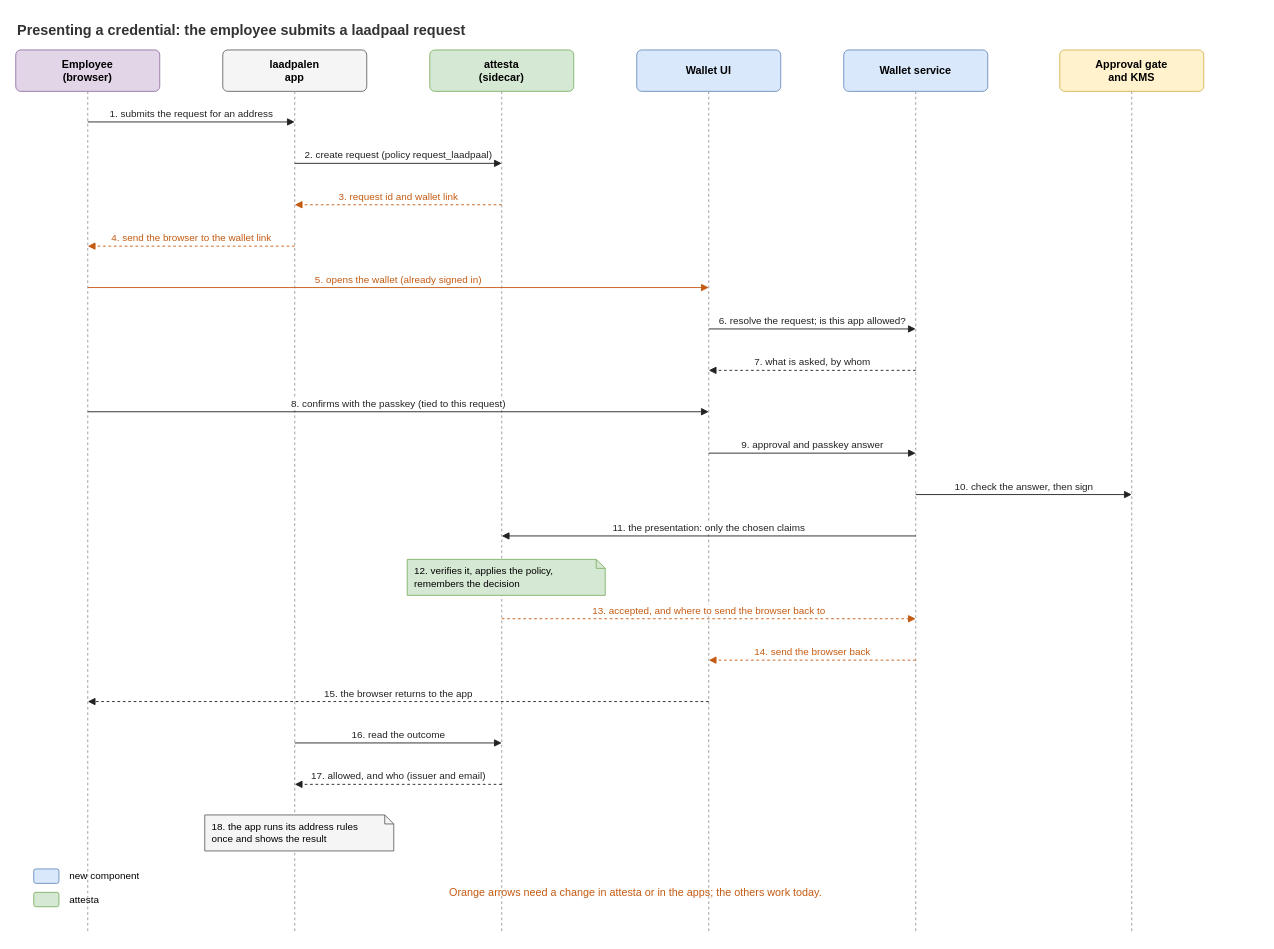
threehook/attesta keeps this draw.io diagram as page "2 Presentation" (2 of 4) of docs/architecture/hosted-wallet.drawio. Above is the earlier version. Source tidied: cells renumbered, new cells numbered last; positions are measured from the earlier drawing's top-left corner, leaving out a move shared by most shapes. Both pictures are drawn from the tidied source at 90%, with x=0, y=0 at pixel (15, 15).
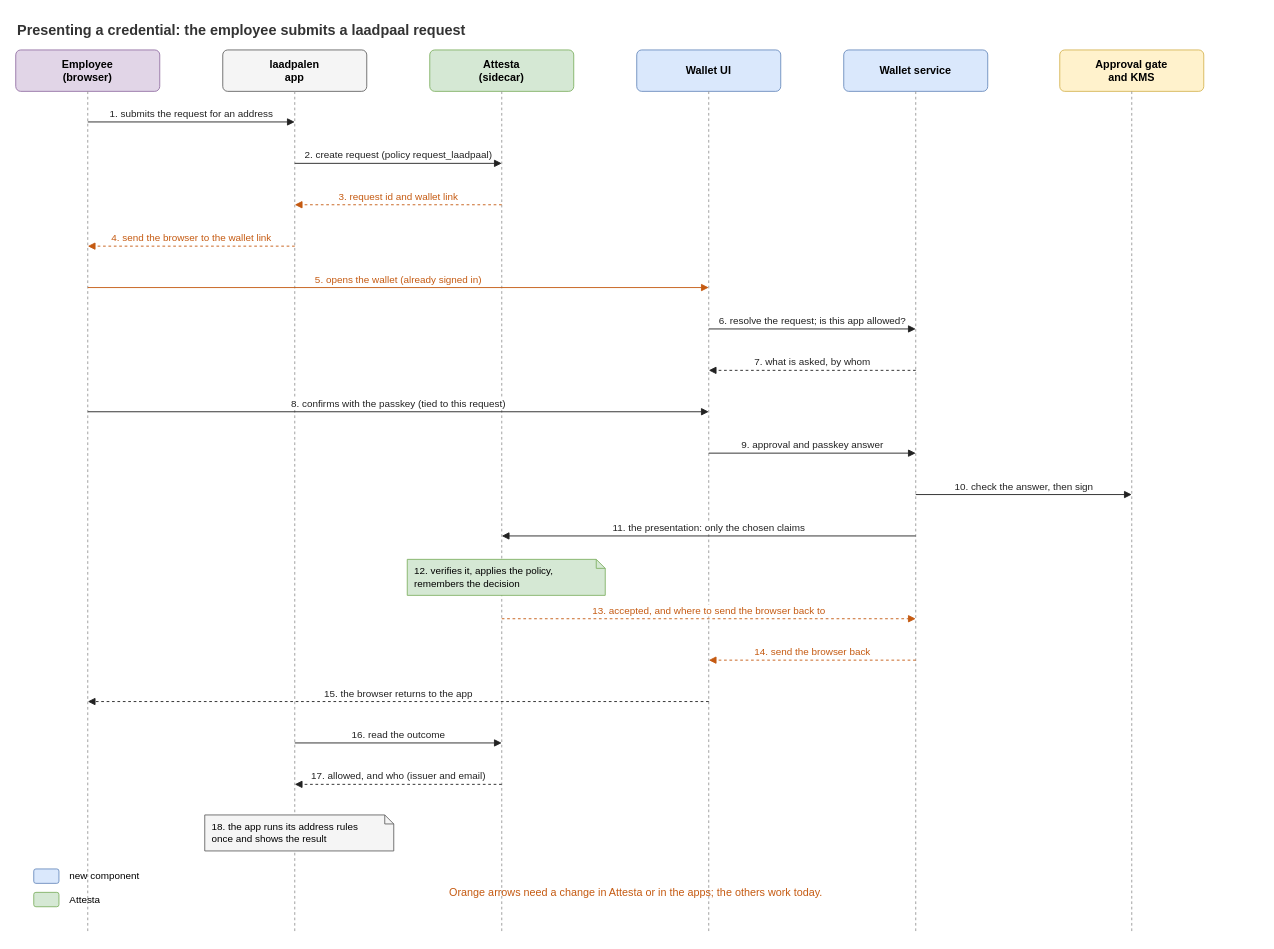
Above is the later version.

Commit message (it also covers changes not shown here):
Write Attesta with a capital in the architecture diagrams

The edit, as a diff of the source:
```diff
@@
-    <mxCell id="7" value="attesta&lt;br&gt;(sidecar)" style="rounded=1;whiteSpace=wrap;html=1;fillColor=#d5e8d4;strokeColor=#82b366;arcSize=12;fontStyle=1;" parent="1" vertex="1">
+    <mxCell id="7" value="Attesta&lt;br&gt;(sidecar)" style="rounded=1;whiteSpace=wrap;html=1;fillColor=#d5e8d4;strokeColor=#82b366;arcSize=12;fontStyle=1;" parent="1" vertex="1">
       <mxGeometry x="460" y="38" width="160" height="46" as="geometry" />
     </mxCell>
@@
-    <mxCell id="36" value="attesta" style="text;html=1;align=left;fontSize=11;verticalAlign=middle;" parent="1" vertex="1">
+    <mxCell id="36" value="Attesta" style="text;html=1;align=left;fontSize=11;verticalAlign=middle;" parent="1" vertex="1">
       <mxGeometry x="58" y="971" width="330" height="22" as="geometry" />
     </mxCell>
-    <mxCell id="37" value="Orange arrows need a change in attesta or in the apps; the others work today." style="text;html=1;whiteSpace=wrap;verticalAlign=top;align=left;fontSize=12;fontColor=#c55a11;" parent="1" vertex="1">
+    <mxCell id="37" value="Orange arrows need a change in Attesta or in the apps; the others work today." style="text;html=1;whiteSpace=wrap;verticalAlign=top;align=left;fontSize=12;fontColor=#c55a11;" parent="1" vertex="1">
       <mxGeometry x="480" y="960" width="900" height="20" as="geometry" />
     </mxCell>
```
